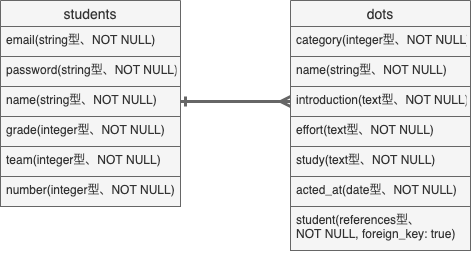
Above: ER.png in xiangma0531/connecting_dots (draw.io), before the change. Source tidied: cells renumbered, new cells last; positions are measured from the earlier drawing's top-left corner, leaving out a move shared by most shapes. Its diagram source:
```xml
<mxGraphModel>
  <root>
    <mxCell id="0" />
    <mxCell id="1" parent="0" />
    <mxCell id="2" value="students" style="swimlane;fontStyle=0;horizontal=1;startSize=26;align=center;fontSize=14;fillColor=#f5f5f5;strokeColor=#666666;fontColor=#333333;" parent="1" vertex="1">
      <mxGeometry width="180" height="206" as="geometry" />
    </mxCell>
    <mxCell id="3" value="email(string型、NOT NULL)" style="text;strokeColor=#666666;fillColor=#f5f5f5;spacingLeft=4;spacingRight=4;overflow=hidden;fontSize=12;fontColor=#333333;" parent="2" vertex="1">
      <mxGeometry y="26" width="180" height="30" as="geometry" />
    </mxCell>
    <mxCell id="4" value="password(string型、NOT NULL)" style="text;strokeColor=#666666;fillColor=#f5f5f5;spacingLeft=4;spacingRight=4;overflow=hidden;fontSize=12;fontColor=#333333;" parent="2" vertex="1">
      <mxGeometry y="56" width="180" height="30" as="geometry" />
    </mxCell>
    <mxCell id="5" value="name(string型、NOT NULL)" style="text;strokeColor=#666666;fillColor=#f5f5f5;spacingLeft=4;spacingRight=4;overflow=hidden;points=[[0,0.5],[1,0.5]];portConstraint=eastwest;fontSize=12;fontColor=#333333;" parent="2" vertex="1">
      <mxGeometry y="86" width="180" height="30" as="geometry" />
    </mxCell>
    <mxCell id="6" value="grade(integer型、NOT NULL)" style="text;strokeColor=#666666;fillColor=#f5f5f5;spacingLeft=4;spacingRight=4;overflow=hidden;fontSize=12;fontColor=#333333;" parent="2" vertex="1">
      <mxGeometry y="116" width="180" height="30" as="geometry" />
    </mxCell>
    <mxCell id="7" value="team(integer型、NOT NULL)" style="text;strokeColor=#666666;fillColor=#f5f5f5;spacingLeft=4;spacingRight=4;overflow=hidden;fontSize=12;fontColor=#333333;" parent="2" vertex="1">
      <mxGeometry y="146" width="180" height="30" as="geometry" />
    </mxCell>
    <mxCell id="8" value="number(integer型、NOT NULL)" style="text;strokeColor=#666666;fillColor=#f5f5f5;spacingLeft=4;spacingRight=4;overflow=hidden;fontSize=12;fontColor=#333333;" parent="2" vertex="1">
      <mxGeometry y="176" width="180" height="30" as="geometry" />
    </mxCell>
    <mxCell id="9" value="dots" style="swimlane;fontStyle=0;horizontal=1;startSize=26;align=center;fontSize=14;fillColor=#f5f5f5;strokeColor=#666666;fontColor=#333333;" parent="1" vertex="1">
      <mxGeometry x="290" width="180" height="250" as="geometry" />
    </mxCell>
    <mxCell id="10" value="category(integer型、NOT NULL)" style="text;strokeColor=#666666;fillColor=#f5f5f5;spacingLeft=4;spacingRight=4;overflow=hidden;fontSize=12;fontColor=#333333;" parent="9" vertex="1">
      <mxGeometry y="26" width="180" height="30" as="geometry" />
    </mxCell>
    <mxCell id="11" value="name(string型、NOT NULL)" style="text;strokeColor=#666666;fillColor=#f5f5f5;spacingLeft=4;spacingRight=4;overflow=hidden;fontSize=12;fontColor=#333333;" parent="9" vertex="1">
      <mxGeometry y="56" width="180" height="30" as="geometry" />
    </mxCell>
    <mxCell id="12" value="introduction(text型、NOT NULL)" style="text;strokeColor=#666666;fillColor=#f5f5f5;spacingLeft=4;spacingRight=4;overflow=hidden;points=[[0,0.5],[1,0.5]];portConstraint=eastwest;fontSize=12;fontColor=#333333;" parent="9" vertex="1">
      <mxGeometry y="86" width="180" height="30" as="geometry" />
    </mxCell>
    <mxCell id="13" value="effort(text型、NOT NULL)" style="text;strokeColor=#666666;fillColor=#f5f5f5;spacingLeft=4;spacingRight=4;overflow=hidden;fontSize=12;fontColor=#333333;" parent="9" vertex="1">
      <mxGeometry y="116" width="180" height="30" as="geometry" />
    </mxCell>
    <mxCell id="14" value="study(text型、NOT NULL)" style="text;strokeColor=#666666;fillColor=#f5f5f5;spacingLeft=4;spacingRight=4;overflow=hidden;fontSize=12;fontColor=#333333;" parent="9" vertex="1">
      <mxGeometry y="146" width="180" height="30" as="geometry" />
    </mxCell>
    <mxCell id="15" value="acted_at(date型、NOT NULL)" style="text;strokeColor=#666666;fillColor=#f5f5f5;spacingLeft=4;spacingRight=4;overflow=hidden;fontSize=12;fontColor=#333333;" parent="9" vertex="1">
      <mxGeometry y="176" width="180" height="30" as="geometry" />
    </mxCell>
    <mxCell id="16" value="student(references型、&#10;NOT NULL, foreign_key: true)" style="text;strokeColor=#666666;fillColor=#f5f5f5;spacingLeft=4;spacingRight=4;overflow=hidden;fontSize=12;fontColor=#333333;" parent="9" vertex="1">
      <mxGeometry y="206" width="180" height="44" as="geometry" />
    </mxCell>
    <mxCell id="17" style="edgeStyle=orthogonalEdgeStyle;rounded=0;jettySize=auto;html=1;entryX=0;entryY=0.5;entryDx=0;entryDy=0;startArrow=ERone;startFill=0;endArrow=ERmany;endFill=0;strokeWidth=3;fillColor=#f5f5f5;strokeColor=#666666;" parent="1" edge="1" source="5" target="12">
      <mxGeometry relative="1" as="geometry" />
    </mxCell>
  </root>
</mxGraphModel>
```
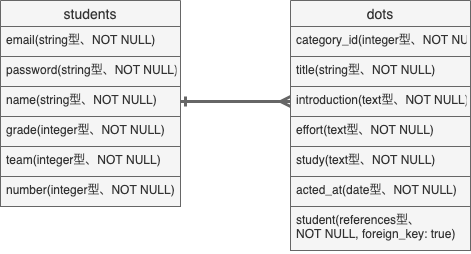
Later version of the same file.

Diff of the diagram source:
```diff
@@ -26,10 +26,10 @@
     <mxCell id="9" value="dots" style="swimlane;fontStyle=0;horizontal=1;startSize=26;align=center;fontSize=14;fillColor=#f5f5f5;strokeColor=#666666;fontColor=#333333;" parent="1" vertex="1">
       <mxGeometry x="290" width="180" height="250" as="geometry" />
     </mxCell>
-    <mxCell id="10" value="category(integer型、NOT NULL)" style="text;strokeColor=#666666;fillColor=#f5f5f5;spacingLeft=4;spacingRight=4;overflow=hidden;fontSize=12;fontColor=#333333;" parent="9" vertex="1">
+    <mxCell id="10" value="category_id(integer型、NOT NULL)" style="text;strokeColor=#666666;fillColor=#f5f5f5;spacingLeft=4;spacingRight=4;overflow=hidden;fontSize=12;fontColor=#333333;" parent="9" vertex="1">
       <mxGeometry y="26" width="180" height="30" as="geometry" />
     </mxCell>
-    <mxCell id="11" value="name(string型、NOT NULL)" style="text;strokeColor=#666666;fillColor=#f5f5f5;spacingLeft=4;spacingRight=4;overflow=hidden;fontSize=12;fontColor=#333333;" parent="9" vertex="1">
+    <mxCell id="11" value="title(string型、NOT NULL)" style="text;strokeColor=#666666;fillColor=#f5f5f5;spacingLeft=4;spacingRight=4;overflow=hidden;fontSize=12;fontColor=#333333;" parent="9" vertex="1">
       <mxGeometry y="56" width="180" height="30" as="geometry" />
     </mxCell>
     <mxCell id="12" value="introduction(text型、NOT NULL)" style="text;strokeColor=#666666;fillColor=#f5f5f5;spacingLeft=4;spacingRight=4;overflow=hidden;points=[[0,0.5],[1,0.5]];portConstraint=eastwest;fontSize=12;fontColor=#333333;" parent="9" vertex="1">
```
